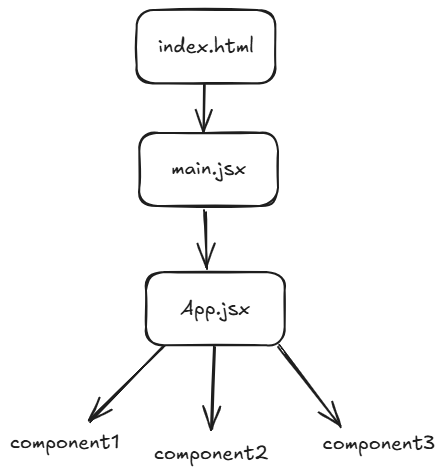
Above: Web Technology/ReactJS/first.excalidraw.png in 9ayushh/QSpider (Excalidraw), before the change. Source tidied: one line per element, renumbered; positions are measured from the earlier drawing's top-left corner, leaving out a move shared by most shapes. Its diagram source:
```json
{"id": 0, "type": "rectangle", "strokeColor": "#1e1e1e", "strokeWidth": 2, "roughness": 1, "round": true, "x": 127, "y": 0, "width": 139, "height": 73}
{"id": 1, "type": "text", "text": "index.html", "strokeColor": "#1e1e1e", "strokeWidth": 2, "roughness": 1, "fontSize": 20, "fontFamily": 5, "textAlign": "center", "verticalAlign": "middle", "inside": 0, "x": 148, "y": 24, "width": 96, "height": 25}
{"id": 2, "type": "rectangle", "strokeColor": "#1e1e1e", "strokeWidth": 2, "roughness": 1, "round": true, "x": 129, "y": 123, "width": 139, "height": 73}
{"id": 3, "type": "text", "text": "main.jsx", "strokeColor": "#1e1e1e", "strokeWidth": 2, "roughness": 1, "fontSize": 20, "fontFamily": 5, "textAlign": "center", "verticalAlign": "middle", "inside": 2, "x": 161, "y": 147, "width": 75, "height": 25}
{"id": 4, "type": "arrow", "strokeColor": "#1e1e1e", "strokeWidth": 2, "roughness": 1, "endArrowhead": "arrow", "round": true, "from": 0, "to": 2, "x": 195, "y": 75, "width": 1, "height": 47, "points": [[0, 0], [-1, 47]]}
{"id": 5, "type": "rectangle", "strokeColor": "#1e1e1e", "strokeWidth": 2, "roughness": 1, "round": true, "x": 136, "y": 262, "width": 139, "height": 73}
{"id": 6, "type": "text", "text": "App.jsx", "strokeColor": "#1e1e1e", "strokeWidth": 2, "roughness": 1, "fontSize": 20, "fontFamily": 5, "textAlign": "center", "verticalAlign": "middle", "inside": 5, "x": 170, "y": 286, "width": 70, "height": 25}
{"id": 7, "type": "arrow", "strokeColor": "#1e1e1e", "strokeWidth": 2, "roughness": 1, "endArrowhead": "arrow", "round": true, "from": 2, "to": 5, "x": 195, "y": 201, "width": 2, "height": 57, "points": [[0, 0], [2, 57]]}
{"id": 8, "type": "arrow", "strokeColor": "#1e1e1e", "strokeWidth": 2, "roughness": 1, "endArrowhead": "arrow", "round": true, "from": 5, "x": 153, "y": 336, "width": 73, "height": 75, "points": [[0, 0], [-73, 75]]}
{"id": 9, "type": "arrow", "strokeColor": "#1e1e1e", "strokeWidth": 2, "roughness": 1, "endArrowhead": "arrow", "round": true, "from": 5, "x": 204, "y": 336, "width": 1, "height": 83, "points": [[0, 0], [-1, 83]]}
{"id": 10, "type": "arrow", "strokeColor": "#1e1e1e", "strokeWidth": 2, "roughness": 1, "endArrowhead": "arrow", "round": true, "from": 5, "x": 269, "y": 336, "width": 61, "height": 81, "points": [[0, 0], [61, 81]]}
{"id": 11, "type": "text", "text": "component1", "strokeColor": "#1e1e1e", "strokeWidth": 2, "roughness": 1, "fontSize": 20, "fontFamily": 5, "x": 0, "y": 420, "width": 109, "height": 25}
{"id": 12, "type": "text", "text": "component2", "strokeColor": "#1e1e1e", "strokeWidth": 2, "roughness": 1, "fontSize": 20, "fontFamily": 5, "x": 144, "y": 431, "width": 115, "height": 25}
{"id": 13, "type": "text", "text": "component3", "strokeColor": "#1e1e1e", "strokeWidth": 2, "roughness": 1, "fontSize": 20, "fontFamily": 5, "x": 313, "y": 421, "width": 113, "height": 25}
```
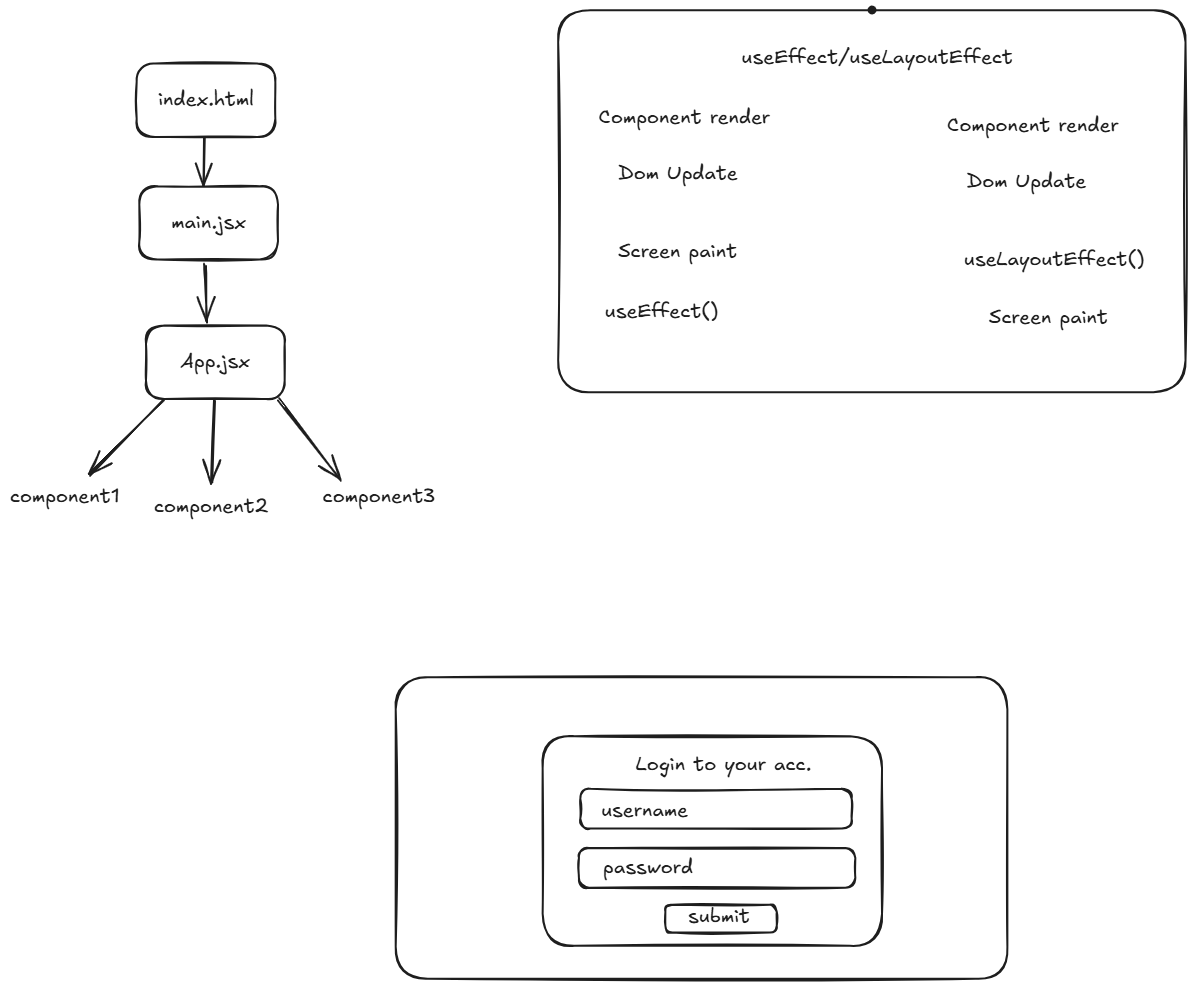
Above is the later version.

Diff of the diagram source:
```diff
@@ -12,3 +12,23 @@
 {"id": 11, "type": "text", "text": "component1", "strokeColor": "#1e1e1e", "strokeWidth": 2, "roughness": 1, "fontSize": 20, "fontFamily": 5, "x": 0, "y": 420, "width": 109, "height": 25}
 {"id": 12, "type": "text", "text": "component2", "strokeColor": "#1e1e1e", "strokeWidth": 2, "roughness": 1, "fontSize": 20, "fontFamily": 5, "x": 144, "y": 431, "width": 115, "height": 25}
 {"id": 13, "type": "text", "text": "component3", "strokeColor": "#1e1e1e", "strokeWidth": 2, "roughness": 1, "fontSize": 20, "fontFamily": 5, "x": 313, "y": 421, "width": 113, "height": 25}
+{"id": 14, "type": "text", "text": "Component render", "strokeColor": "#1e1e1e", "strokeWidth": 2, "roughness": 1, "fontSize": 20, "fontFamily": 5, "x": 589, "y": 41, "width": 172, "height": 25}
+{"id": 15, "type": "text", "text": "Dom Update", "strokeColor": "#1e1e1e", "strokeWidth": 2, "roughness": 1, "fontSize": 20, "fontFamily": 5, "x": 608, "y": 97, "width": 120, "height": 25}
+{"id": 16, "type": "text", "text": "useEffect()", "strokeColor": "#1e1e1e", "strokeWidth": 2, "roughness": 1, "fontSize": 20, "fontFamily": 5, "x": 595, "y": 236, "width": 113, "height": 25}
+{"id": 17, "type": "text", "text": "Screen paint", "strokeColor": "#1e1e1e", "strokeWidth": 2, "roughness": 1, "fontSize": 20, "fontFamily": 5, "x": 608, "y": 175, "width": 119, "height": 25}
+{"id": 18, "type": "text", "text": "Component render", "strokeColor": "#1e1e1e", "strokeWidth": 2, "roughness": 1, "fontSize": 20, "fontFamily": 5, "x": 937, "y": 50, "width": 172, "height": 25}
+{"id": 19, "type": "text", "text": "Dom Update", "strokeColor": "#1e1e1e", "strokeWidth": 2, "roughness": 1, "fontSize": 20, "fontFamily": 5, "x": 957, "y": 106, "width": 120, "height": 25}
+{"id": 20, "type": "text", "text": "useLayoutEffect()", "strokeColor": "#1e1e1e", "strokeWidth": 2, "roughness": 1, "fontSize": 20, "fontFamily": 5, "x": 954, "y": 184, "width": 180, "height": 25}
+{"id": 21, "type": "text", "text": "Screen paint", "strokeColor": "#1e1e1e", "strokeWidth": 2, "roughness": 1, "fontSize": 20, "fontFamily": 5, "x": 979, "y": 242, "width": 119, "height": 25}
+{"id": 22, "type": "freedraw", "strokeColor": "#1e1e1e", "strokeWidth": 2, "roughness": 1, "x": 862, "y": -54, "width": 0, "height": 0, "points": [[0, 0], [0, 0]]}
+{"id": 23, "type": "rectangle", "strokeColor": "#1e1e1e", "strokeWidth": 2, "roughness": 1, "round": true, "x": 548, "y": -53, "width": 627, "height": 382}
+{"id": 24, "type": "text", "text": "useEffect/useLayoutEffect", "strokeColor": "#1e1e1e", "strokeWidth": 2, "roughness": 1, "fontSize": 20, "fontFamily": 5, "x": 732, "y": -19, "width": 271, "height": 25}
+{"id": 25, "type": "rectangle", "strokeColor": "#1e1e1e", "strokeWidth": 2, "roughness": 1, "round": true, "x": 386, "y": 614, "width": 612, "height": 301}
+{"id": 26, "type": "rectangle", "strokeColor": "#1e1e1e", "strokeWidth": 2, "roughness": 1, "round": true, "x": 533, "y": 673, "width": 339, "height": 210}
+{"id": 27, "type": "text", "text": "Login to your acc.", "strokeColor": "#1e1e1e", "strokeWidth": 2, "roughness": 1, "fontSize": 20, "fontFamily": 5, "x": 626, "y": 689, "width": 175, "height": 25}
+{"id": 28, "type": "rectangle", "strokeColor": "#1e1e1e", "strokeWidth": 2, "roughness": 1, "round": true, "x": 570, "y": 725, "width": 271, "height": 40}
+{"id": 29, "type": "rectangle", "strokeColor": "#1e1e1e", "strokeWidth": 2, "roughness": 1, "round": true, "x": 569, "y": 784, "width": 276, "height": 40}
+{"id": 30, "type": "rectangle", "strokeColor": "#1e1e1e", "strokeWidth": 2, "roughness": 1, "round": true, "x": 655, "y": 841, "width": 111, "height": 28}
+{"id": 31, "type": "text", "text": "username", "strokeColor": "#1e1e1e", "strokeWidth": 2, "roughness": 1, "fontSize": 20, "fontFamily": 5, "x": 591, "y": 735, "width": 87, "height": 25}
+{"id": 32, "type": "text", "text": "password", "strokeColor": "#1e1e1e", "strokeWidth": 2, "roughness": 1, "fontSize": 20, "fontFamily": 5, "x": 593, "y": 791, "width": 90, "height": 25}
+{"id": 33, "type": "text", "text": "submit", "strokeColor": "#1e1e1e", "strokeWidth": 2, "roughness": 1, "fontSize": 20, "fontFamily": 5, "x": 678, "y": 841, "width": 62, "height": 25}
```
